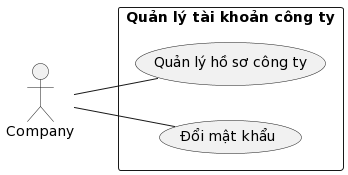
Earlier version of the PlantUML export Lab1/Lab 1.2 Diagram/Use case/FileIMG/8. UsecaseQuanLyTaiKhoanCongTy.png (Griselda4774/EAS-EmploymentAssistanceSystem). The source it was exported from:
```plantuml
@startuml
left to right direction
actor congTy as "Company"
rectangle "Quản lý tài khoản công ty"{
    usecase quanLyHoSoCongTy as "Quản lý hồ sơ công ty"
    usecase doiMatKhau as "Đổi mật khẩu"
}
congTy -- quanLyHoSoCongTy
congTy -- doiMatKhau
@enduml
```
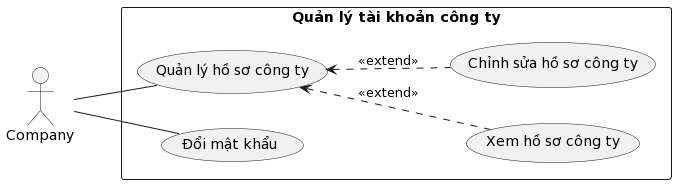
After the commit.

Diff of the diagram source:
```diff
@@ -4,7 +4,11 @@
 rectangle "Quản lý tài khoản công ty"{
     usecase quanLyHoSoCongTy as "Quản lý hồ sơ công ty"
     usecase doiMatKhau as "Đổi mật khẩu"
+    usecase xemHoSoCongTy as "Xem hồ sơ công ty"
+    usecase chinhSuHoSoCongTy as "Chỉnh sửa hồ sơ công ty"
 }
 congTy -- quanLyHoSoCongTy
 congTy -- doiMatKhau
+quanLyHoSoCongTy <.. xemHoSoCongTy: <<extend>>
+quanLyHoSoCongTy <.. chinhSuHoSoCongTy: <<extend>>
 @enduml
```
